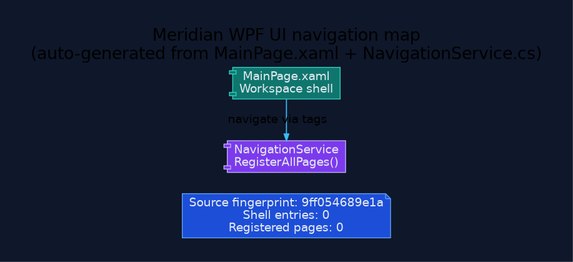
The Graphviz diagram docs/diagrams/ui-navigation-map.png in rodoHasArrived/Meridian-main, before a commit. Its source is kept beside it as docs/diagrams/ui-navigation-map.dot.
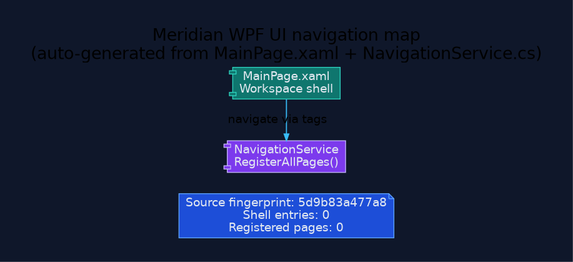
Above is the later version.

The edit, as a diff of the source:
```diff
@@ -13,7 +13,7 @@
   node [fontname="Segoe UI", shape=box, style="rounded,filled", color="#475569", fontcolor="#e2e8f0", fillcolor="#1e293b"];
   edge [fontname="Segoe UI", color="#94a3b8", penwidth=1.3, arrowsize=0.8];
 
-  generated [shape=note, fillcolor="#1d4ed8", color="#60a5fa", label="Source fingerprint: 9ff054689e1a\nShell entries: 0\nRegistered pages: 0"];
+  generated [shape=note, fillcolor="#1d4ed8", color="#60a5fa", label="Source fingerprint: 5d9b83a477a8\nShell entries: 0\nRegistered pages: 0"];
   shell [shape=component, fillcolor="#0f766e", color="#2dd4bf", label="MainPage.xaml\nWorkspace shell"];
   navigation [shape=component, fillcolor="#7c3aed", color="#c4b5fd", label="NavigationService\nRegisterAllPages()"];
   shell -> navigation [label="navigate via tags", color="#38bdf8"];
```
